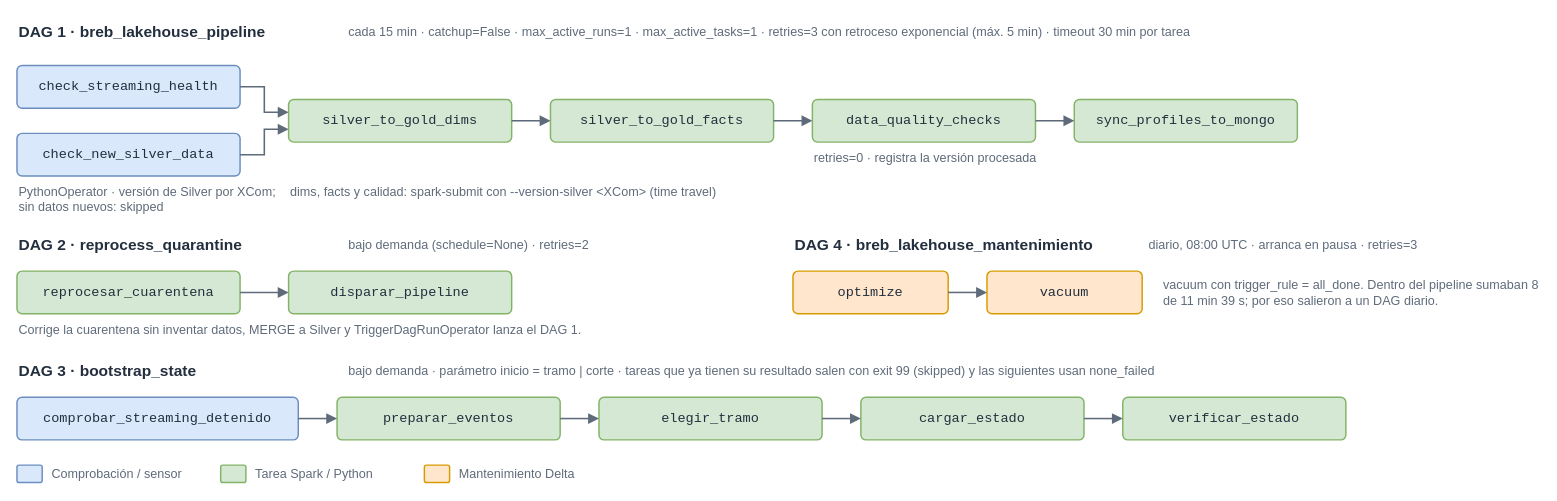
The draw.io diagram docs/arquitectura/dags_airflow.drawio in Sebaxdenc/breb-fraude, before the edit. Source tidied: cells renumbered, new cells numbered last; positions are measured from the earlier drawing's top-left corner, leaving out a move shared by most shapes. Both pictures are drawn from the tidied source at 97%, with x=0, y=0 at pixel (16, 16).
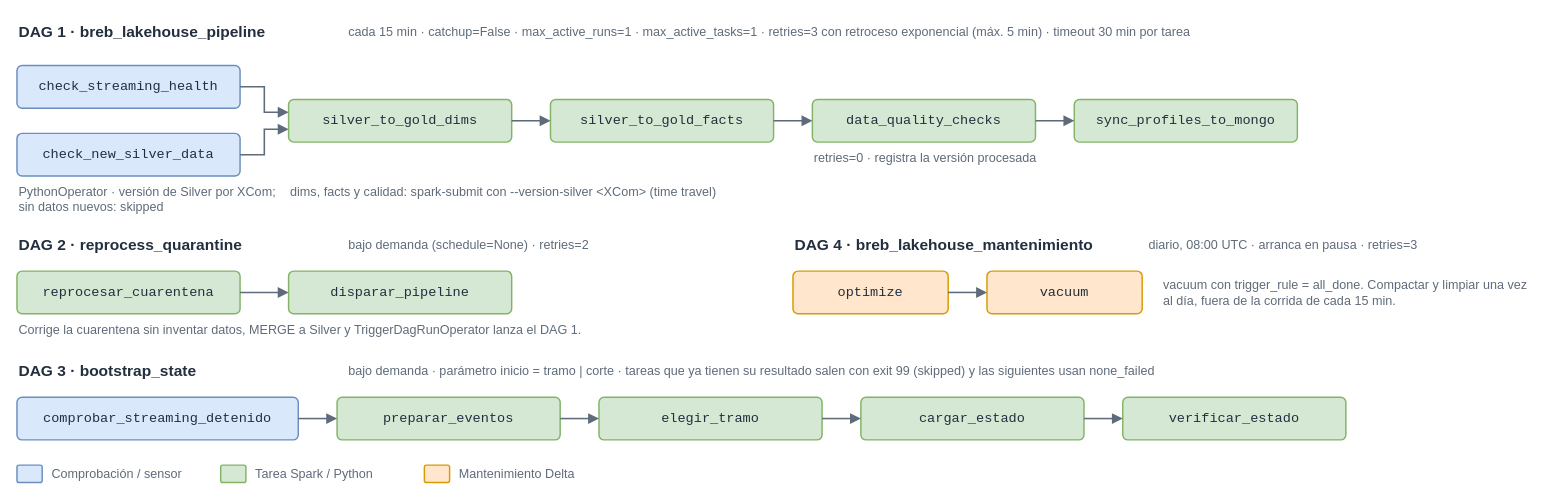
The same page after the edit.

Commit message (it also covers changes not shown here):
docs: el diagrama de los DAG ya no cita la corrida de 11 min 39 s

What changed in the source:
```diff
@@
-    <mxCell id="27" value="vacuum con trigger_rule = all_done. Dentro del pipeline sumaban 8 de 11 min 39 s; por eso salieron a un DAG diario." style="text;html=1;align=left;verticalAlign=middle;fontSize=13;fontColor=#5F6B7A;fontFamily=Helvetica;whiteSpace=wrap;" parent="1" vertex="1">
+    <mxCell id="27" value="vacuum con trigger_rule = all_done. Compactar y limpiar una vez al día, fuera de la corrida de cada 15 min." style="text;html=1;align=left;verticalAlign=middle;fontSize=13;fontColor=#5F6B7A;fontFamily=Helvetica;whiteSpace=wrap;" parent="1" vertex="1">
       <mxGeometry x="1180" y="256" width="390" height="56" as="geometry" />
     </mxCell>
```
